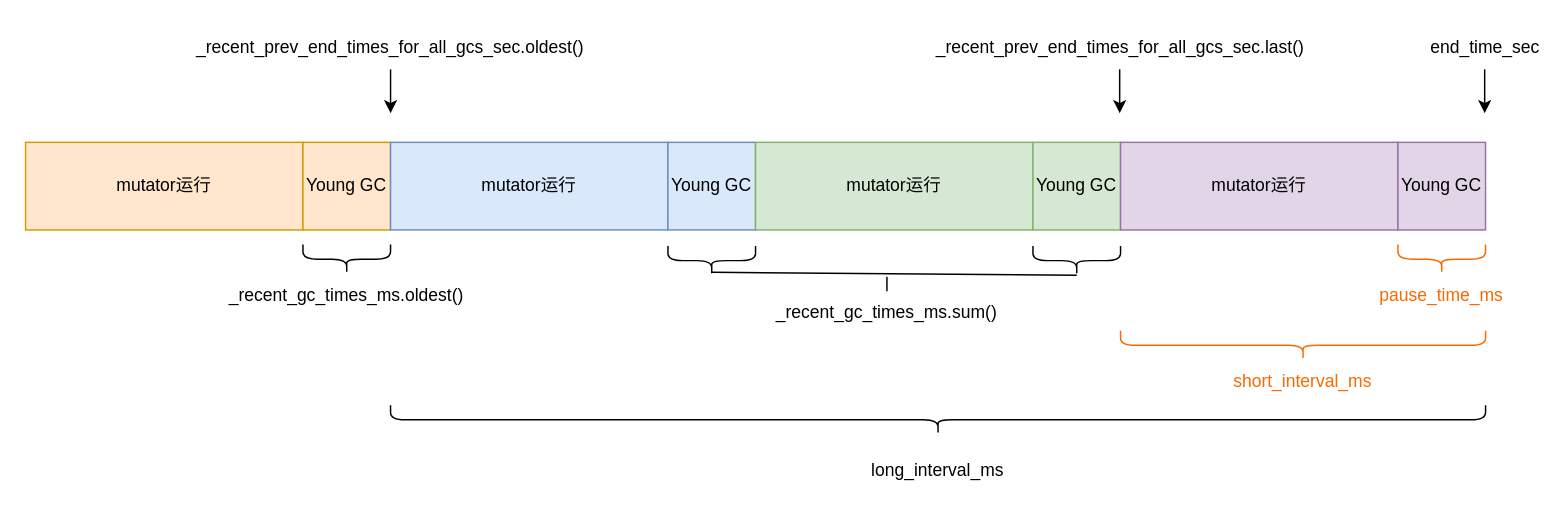
The draw.io diagram programming/Java/md/gc/src/drawio/compute_pause_time_ratios.drawio in thankyoumyteens/note, before the edit. Source tidied: cells renumbered, new cells numbered last; positions are measured from the earlier drawing's top-left corner, leaving out a move shared by most shapes. Both pictures are drawn from the tidied source at 146%, with x=0, y=0 at pixel (25, 25).
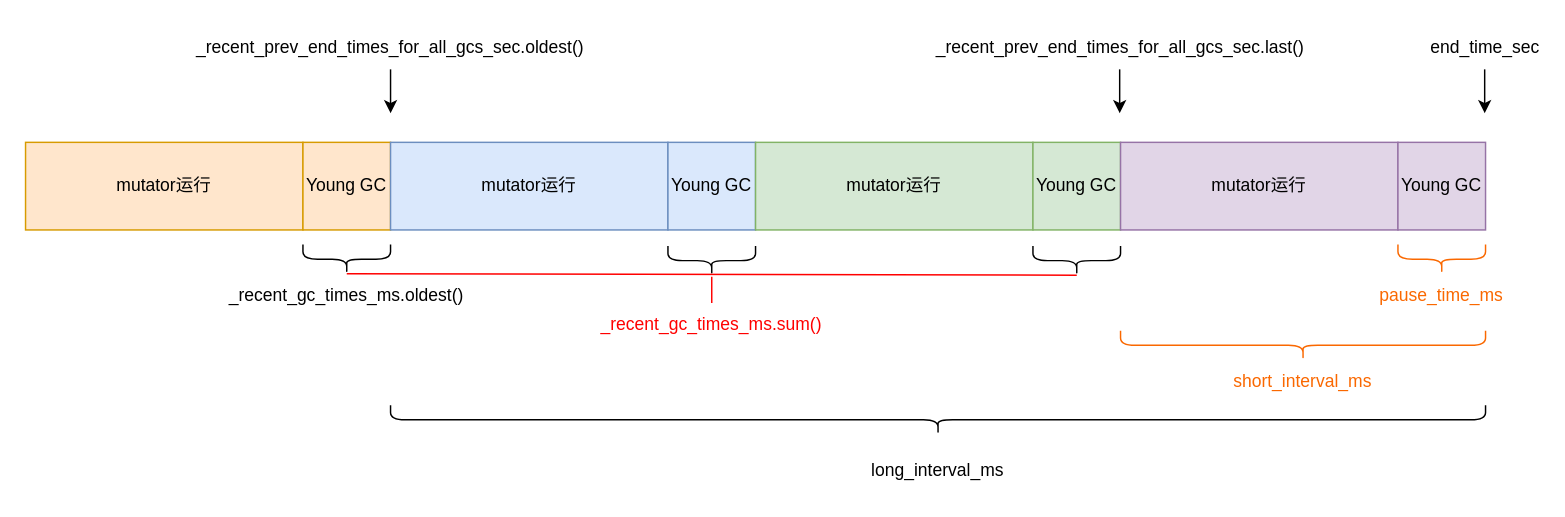
Above is the later version.

The change refers to these unchanged cells:
```xml
<mxCell id="14" value="_recent_gc_times_ms.oldest()" style="text;html=1;strokeColor=none;fillColor=none;align=center;verticalAlign=middle;whiteSpace=wrap;rounded=0;fontSize=12;fontFamily=Helvetica;fontColor=default;" parent="1" vertex="1">
  <mxGeometry x="190" y="170" width="60" height="30" as="geometry" />
</mxCell>
<mxCell id="18" style="shape=curlyBracket;whiteSpace=wrap;html=1;rounded=1;labelPosition=left;verticalLabelPosition=middle;align=right;verticalAlign=middle;fontFamily=Helvetica;fontSize=12;fontColor=default;fillColor=none;gradientColor=none;direction=north;size=0.5;" parent="1" vertex="1">
  <mxGeometry x="440" y="151" width="60" height="20" as="geometry" />
</mxCell>
```

Change to the diagram source:
```diff
@@
-    <mxCell id="15" value="_recent_gc_times_ms.sum()" style="text;html=1;strokeColor=none;fillColor=none;align=center;verticalAlign=middle;whiteSpace=wrap;rounded=0;fontSize=12;fontFamily=Helvetica;fontColor=default;" parent="1" vertex="1">
-      <mxGeometry x="560" y="182" width="60" height="30" as="geometry" />
+    <mxCell id="15" value="_recent_gc_times_ms.sum()" style="text;html=1;strokeColor=none;fillColor=none;align=center;verticalAlign=middle;whiteSpace=wrap;rounded=0;fontSize=12;fontFamily=Helvetica;fontColor=#FF0000;" parent="1" vertex="1">
+      <mxGeometry x="440" y="190" width="60" height="30" as="geometry" />
     </mxCell>
@@
-    <mxCell id="24" style="endArrow=none;html=1;rounded=0;fontFamily=Helvetica;fontSize=12;fontColor=default;entryX=0.1;entryY=0.5;entryDx=0;entryDy=0;entryPerimeter=0;exitX=0.1;exitY=0.5;exitDx=0;exitDy=0;exitPerimeter=0;" parent="1" edge="1" source="18">
+    <mxCell id="24" style="endArrow=none;html=1;rounded=0;fontFamily=Helvetica;fontSize=12;fontColor=default;entryX=0.1;entryY=0.5;entryDx=0;entryDy=0;entryPerimeter=0;exitX=0.5;exitY=0;exitDx=0;exitDy=0;strokeColor=#FF0000;" parent="1" edge="1" source="14">
       <mxGeometry relative="1" as="geometry">
         <mxPoint x="720" y="171" as="targetPoint" />
       </mxGeometry>
     </mxCell>
-    <mxCell id="25" style="endArrow=none;html=1;rounded=0;fontFamily=Helvetica;fontSize=12;fontColor=default;exitX=0.5;exitY=0;exitDx=0;exitDy=0;" parent="1" edge="1" source="15">
+    <mxCell id="25" style="endArrow=none;html=1;rounded=0;fontFamily=Helvetica;fontSize=12;fontColor=default;exitX=0.5;exitY=0;exitDx=0;exitDy=0;strokeColor=#FF0000;" parent="1" edge="1" source="15">
       <mxGeometry relative="1" as="geometry">
-        <mxPoint x="590" y="172" as="targetPoint" />
+        <mxPoint x="470" y="172" as="targetPoint" />
       </mxGeometry>
     </mxCell>
```
